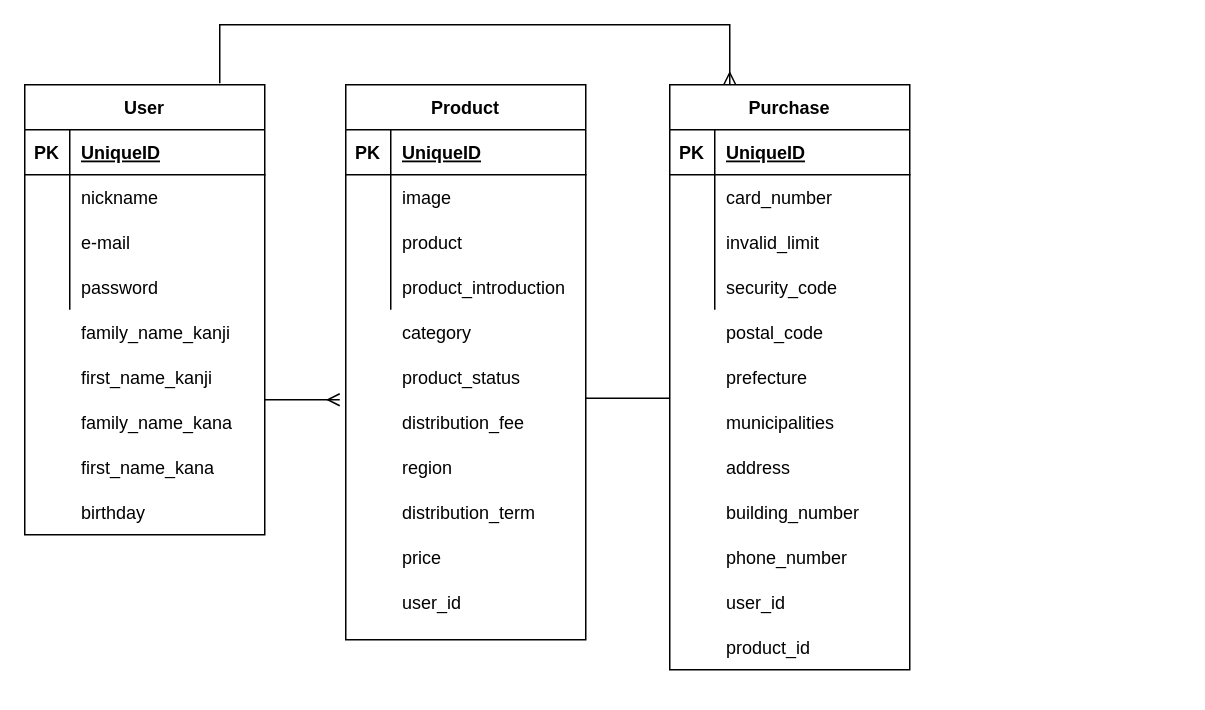
The draw.io diagram furima.dio in kammy0603/furima-30941, before the edit. Source tidied: cells renumbered, new cells numbered last; positions are measured from the earlier drawing's top-left corner, leaving out a move shared by most shapes. Both pictures are drawn from the tidied source at 150%, with x=0, y=0 at pixel (24, 24).
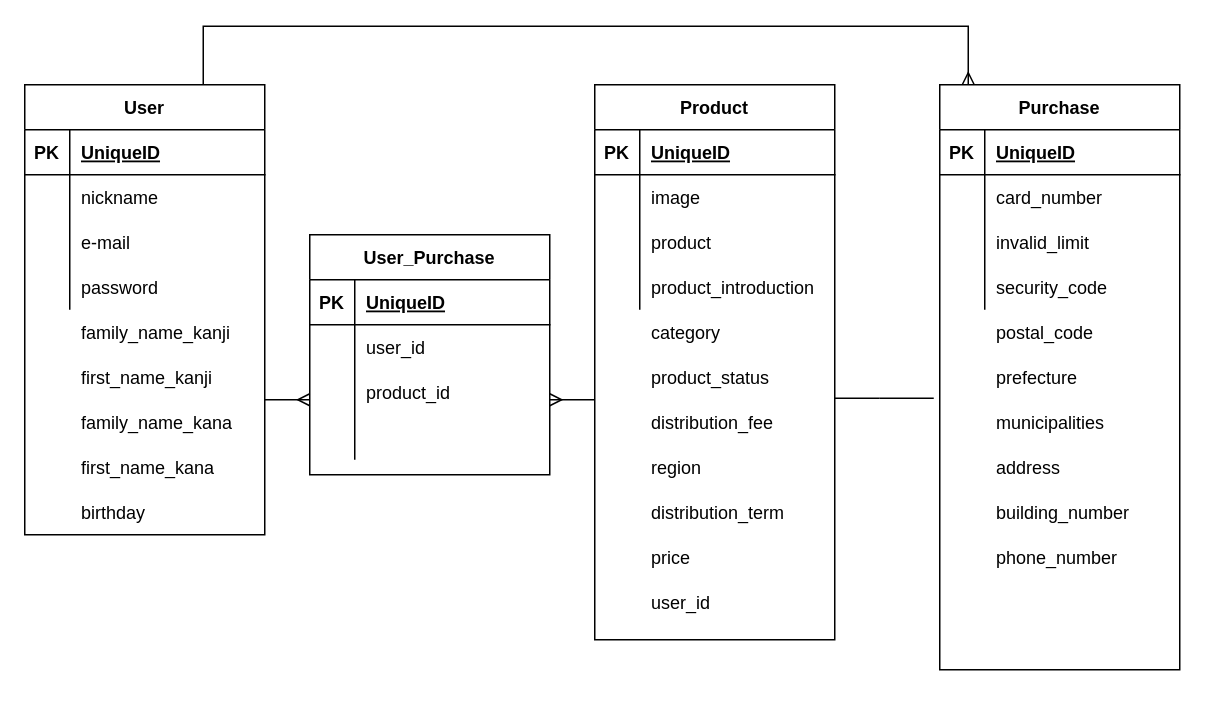
Above is the later version.

Unchanged cells that the change refers to:
```xml
<mxCell id="32" style="shape=partialRectangle;fillColor=none;top=0;left=0;bottom=0;right=0;" parent="28" vertex="1">
  <mxGeometry y="60" width="160" height="30" as="geometry" />
</mxCell>
<mxCell id="35" style="shape=partialRectangle;fillColor=none;top=0;left=0;bottom=0;right=0;" parent="28" vertex="1">
  <mxGeometry y="90" width="160" height="30" as="geometry" />
</mxCell>
<mxCell id="38" style="shape=partialRectangle;fillColor=none;top=0;left=0;bottom=0;right=0;" parent="28" vertex="1">
  <mxGeometry y="120" width="160" height="30" as="geometry" />
</mxCell>
```

Diff of the diagram source:
```diff
@@
-    <mxCell id="28" value="Product" style="shape=table;startSize=30;childLayout=tableLayout;rowLines=0;fontStyle=1;align=center;" parent="1" vertex="1">
-      <mxGeometry x="214" y="40" width="160" height="370" as="geometry" />
+    <mxCell id="28" value="User_Purchase" style="shape=table;startSize=30;childLayout=tableLayout;rowLines=0;fontStyle=1;align=center;" parent="1" vertex="1">
+      <mxGeometry x="190" y="140" width="160" height="160" as="geometry" />
     </mxCell>
@@
-    <mxCell id="34" value="image" style="shape=partialRectangle;fillColor=none;top=0;left=0;bottom=0;right=0;align=left;spacingLeft=6;overflow=hidden;" parent="32" vertex="1">
+    <mxCell id="34" value="user_id" style="shape=partialRectangle;fillColor=none;top=0;left=0;bottom=0;right=0;align=left;spacingLeft=6;overflow=hidden;" parent="32" vertex="1">
       <mxGeometry x="30" width="130" height="30" as="geometry" />
     </mxCell>
@@
-    <mxCell id="37" value="product" style="shape=partialRectangle;fillColor=none;top=0;left=0;bottom=0;right=0;align=left;spacingLeft=6;overflow=hidden;" parent="35" vertex="1">
+    <mxCell id="37" value="product_id" style="shape=partialRectangle;fillColor=none;top=0;left=0;bottom=0;right=0;align=left;spacingLeft=6;overflow=hidden;" parent="35" vertex="1">
       <mxGeometry x="30" width="130" height="30" as="geometry" />
     </mxCell>
@@
-    <mxCell id="40" value="product_introduction" style="shape=partialRectangle;fillColor=none;top=0;left=0;bottom=0;right=0;align=left;spacingLeft=6;overflow=hidden;" parent="38" vertex="1">
+    <mxCell id="40" style="shape=partialRectangle;fillColor=none;top=0;left=0;bottom=0;right=0;align=left;spacingLeft=6;overflow=hidden;" parent="38" vertex="1">
       <mxGeometry x="30" width="130" height="30" as="geometry" />
     </mxCell>
     <mxCell id="41" style="shape=partialRectangle;fillColor=none;top=0;left=0;bottom=0;right=0;" parent="1" vertex="1">
-      <mxGeometry x="214" y="190" width="160" height="30" as="geometry" />
+      <mxGeometry x="380" y="190" width="160" height="30" as="geometry" />
     </mxCell>
@@
     <mxCell id="44" value="product_status" style="shape=partialRectangle;fillColor=none;top=0;left=0;bottom=0;right=0;align=left;spacingLeft=6;overflow=hidden;" parent="1" vertex="1">
-      <mxGeometry x="244" y="220" width="130" height="30" as="geometry" />
+      <mxGeometry x="410" y="220" width="130" height="30" as="geometry" />
     </mxCell>
     <mxCell id="45" value="distribution_fee" style="shape=partialRectangle;fillColor=none;top=0;left=0;bottom=0;right=0;align=left;spacingLeft=6;overflow=hidden;" parent="1" vertex="1">
-      <mxGeometry x="244" y="250" width="130" height="30" as="geometry" />
+      <mxGeometry x="410" y="250" width="130" height="30" as="geometry" />
     </mxCell>
     <mxCell id="46" value="region" style="shape=partialRectangle;fillColor=none;top=0;left=0;bottom=0;right=0;align=left;spacingLeft=6;overflow=hidden;" parent="1" vertex="1">
-      <mxGeometry x="244" y="280" width="130" height="30" as="geometry" />
+      <mxGeometry x="410" y="280" width="130" height="30" as="geometry" />
     </mxCell>
     <mxCell id="47" value="distribution_term" style="shape=partialRectangle;fillColor=none;top=0;left=0;bottom=0;right=0;align=left;spacingLeft=6;overflow=hidden;" parent="1" vertex="1">
-      <mxGeometry x="244" y="300" width="130" height="50" as="geometry" />
+      <mxGeometry x="410" y="300" width="130" height="50" as="geometry" />
     </mxCell>
     <mxCell id="48" value="price" style="shape=partialRectangle;fillColor=none;top=0;left=0;bottom=0;right=0;align=left;spacingLeft=6;overflow=hidden;" parent="1" vertex="1">
-      <mxGeometry x="244" y="330" width="130" height="50" as="geometry" />
+      <mxGeometry x="410" y="330" width="130" height="50" as="geometry" />
     </mxCell>
     <mxCell id="49" value="Purchase" style="shape=table;startSize=30;childLayout=tableLayout;rowLines=0;fontStyle=1;align=center;" parent="1" vertex="1">
-      <mxGeometry x="430" y="40" width="160" height="390" as="geometry" />
+      <mxGeometry x="610" y="40" width="160" height="390" as="geometry" />
     </mxCell>
@@
     <mxCell id="62" style="shape=partialRectangle;fillColor=none;top=0;left=0;bottom=0;right=0;" parent="1" vertex="1">
-      <mxGeometry x="430" y="190" width="160" height="30" as="geometry" />
+      <mxGeometry x="610" y="190" width="160" height="30" as="geometry" />
     </mxCell>
@@
     <mxCell id="65" style="shape=partialRectangle;fillColor=none;top=0;left=0;bottom=0;right=0;" parent="1" vertex="1">
-      <mxGeometry x="430" y="220" width="160" height="30" as="geometry" />
+      <mxGeometry x="610" y="220" width="160" height="30" as="geometry" />
     </mxCell>
@@
     <mxCell id="68" style="shape=partialRectangle;fillColor=none;top=0;left=0;bottom=0;right=0;" parent="1" vertex="1">
-      <mxGeometry x="430" y="250" width="160" height="30" as="geometry" />
+      <mxGeometry x="610" y="250" width="160" height="30" as="geometry" />
     </mxCell>
@@
     <mxCell id="71" style="shape=partialRectangle;fillColor=none;top=0;left=0;bottom=0;right=0;" parent="1" vertex="1">
-      <mxGeometry x="430" y="280" width="160" height="30" as="geometry" />
+      <mxGeometry x="610" y="280" width="160" height="30" as="geometry" />
     </mxCell>
@@
     <mxCell id="74" style="shape=partialRectangle;fillColor=none;top=0;left=0;bottom=0;right=0;" parent="1" vertex="1">
-      <mxGeometry x="430" y="310" width="160" height="30" as="geometry" />
+      <mxGeometry x="610" y="310" width="160" height="30" as="geometry" />
     </mxCell>
@@
     <mxCell id="77" value="phone_number" style="shape=partialRectangle;fillColor=none;top=0;left=0;bottom=0;right=0;align=left;spacingLeft=6;overflow=hidden;" parent="1" vertex="1">
-      <mxGeometry x="460" y="340" width="130" height="30" as="geometry" />
+      <mxGeometry x="640" y="340" width="130" height="30" as="geometry" />
     </mxCell>
     <mxCell id="78" style="endArrow=ERmany;html=1;rounded=0;endFill=0;" parent="1" edge="1">
       <mxGeometry relative="1" as="geometry">
         <mxPoint x="160" y="250" as="sourcePoint" />
-        <mxPoint x="210" y="250" as="targetPoint" />
+        <mxPoint x="190" y="250" as="targetPoint" />
         <Array as="points">
           <mxPoint x="160" y="250" />
         </Array>
       </mxGeometry>
     </mxCell>
     <mxCell id="79" style="line;strokeWidth=1;dashed=0;labelPosition=right;align=left;verticalAlign=middle;spacingTop=0;spacingLeft=6;" parent="1" vertex="1">
-      <mxGeometry x="374" y="244" width="56" height="10" as="geometry" />
+      <mxGeometry x="540" y="244" width="30" height="10" as="geometry" />
     </mxCell>
-    <mxCell id="80" style="endArrow=ERmany;html=1;rounded=0;endFill=0;entryX=0.25;entryY=0;entryDx=0;entryDy=0;" parent="1" edge="1" target="49">
+    <mxCell id="80" style="endArrow=ERmany;html=1;rounded=0;endFill=0;" parent="1" edge="1">
       <mxGeometry relative="1" as="geometry">
-        <mxPoint x="130" y="39" as="sourcePoint" />
+        <mxPoint x="119" y="40" as="sourcePoint" />
+        <mxPoint x="629" y="40" as="targetPoint" />
         <Array as="points">
-          <mxPoint x="130" y="39" />
-          <mxPoint x="130" />
-          <mxPoint x="470" />
+          <mxPoint x="119" y="40" />
+          <mxPoint x="119" y="1" />
+          <mxPoint x="389" y="1" />
+          <mxPoint x="629" y="1" />
         </Array>
       </mxGeometry>
     </mxCell>
     <mxCell id="81" value="user_id" style="shape=partialRectangle;fillColor=none;top=0;left=0;bottom=0;right=0;align=left;spacingLeft=6;overflow=hidden;" parent="1" vertex="1">
-      <mxGeometry x="244" y="360" width="130" height="50" as="geometry" />
+      <mxGeometry x="410" y="360" width="130" height="50" as="geometry" />
     </mxCell>
-    <mxCell id="82" value="user_id" style="shape=partialRectangle;fillColor=none;top=0;left=0;bottom=0;right=0;align=left;spacingLeft=6;overflow=hidden;" parent="1" vertex="1">
-      <mxGeometry x="460" y="360" width="130" height="50" as="geometry" />
-    </mxCell>
-    <mxCell id="83" value="product_id" style="shape=partialRectangle;fillColor=none;top=0;left=0;bottom=0;right=0;align=left;spacingLeft=6;overflow=hidden;" parent="1" vertex="1">
-      <mxGeometry x="460" y="390" width="130" height="50" as="geometry" />
-    </mxCell>
+    <mxCell id="84" value="Product" style="shape=table;startSize=30;childLayout=tableLayout;rowLines=0;fontStyle=1;align=center;" parent="1" vertex="1">
+      <mxGeometry x="380" y="40" width="160" height="370" as="geometry" />
+    </mxCell>
+    <mxCell id="85" style="shape=partialRectangle;fillColor=none;top=0;left=0;bottom=1;right=0;" parent="84" vertex="1">
+      <mxGeometry y="30" width="160" height="30" as="geometry" />
+    </mxCell>
+    <mxCell id="86" value="PK" style="shape=partialRectangle;fillColor=none;top=0;left=0;bottom=0;right=0;fontStyle=1;overflow=hidden;" parent="85" vertex="1">
+      <mxGeometry width="30" height="30" as="geometry" />
+    </mxCell>
+    <mxCell id="87" value="UniqueID" style="shape=partialRectangle;fillColor=none;top=0;left=0;bottom=0;right=0;align=left;spacingLeft=6;fontStyle=5;overflow=hidden;" parent="85" vertex="1">
+      <mxGeometry x="30" width="130" height="30" as="geometry" />
+    </mxCell>
+    <mxCell id="88" style="shape=partialRectangle;fillColor=none;top=0;left=0;bottom=0;right=0;" parent="84" vertex="1">
+      <mxGeometry y="60" width="160" height="30" as="geometry" />
+    </mxCell>
+    <mxCell id="89" style="shape=partialRectangle;fillColor=none;top=0;left=0;bottom=0;right=0;overflow=hidden;" parent="88" vertex="1">
+      <mxGeometry width="30" height="30" as="geometry" />
+    </mxCell>
+    <mxCell id="90" value="image" style="shape=partialRectangle;fillColor=none;top=0;left=0;bottom=0;right=0;align=left;spacingLeft=6;overflow=hidden;" parent="88" vertex="1">
+      <mxGeometry x="30" width="130" height="30" as="geometry" />
+    </mxCell>
+    <mxCell id="91" style="shape=partialRectangle;fillColor=none;top=0;left=0;bottom=0;right=0;" parent="84" vertex="1">
+      <mxGeometry y="90" width="160" height="30" as="geometry" />
+    </mxCell>
+    <mxCell id="92" style="shape=partialRectangle;fillColor=none;top=0;left=0;bottom=0;right=0;overflow=hidden;" parent="91" vertex="1">
+      <mxGeometry width="30" height="30" as="geometry" />
+    </mxCell>
+    <mxCell id="93" value="product" style="shape=partialRectangle;fillColor=none;top=0;left=0;bottom=0;right=0;align=left;spacingLeft=6;overflow=hidden;" parent="91" vertex="1">
+      <mxGeometry x="30" width="130" height="30" as="geometry" />
+    </mxCell>
+    <mxCell id="94" style="shape=partialRectangle;fillColor=none;top=0;left=0;bottom=0;right=0;" parent="84" vertex="1">
+      <mxGeometry y="120" width="160" height="30" as="geometry" />
+    </mxCell>
+    <mxCell id="95" style="shape=partialRectangle;fillColor=none;top=0;left=0;bottom=0;right=0;overflow=hidden;" parent="94" vertex="1">
+      <mxGeometry width="30" height="30" as="geometry" />
+    </mxCell>
+    <mxCell id="96" value="product_introduction" style="shape=partialRectangle;fillColor=none;top=0;left=0;bottom=0;right=0;align=left;spacingLeft=6;overflow=hidden;" parent="94" vertex="1">
+      <mxGeometry x="30" width="130" height="30" as="geometry" />
+    </mxCell>
+    <mxCell id="97" style="line;strokeWidth=1;dashed=0;labelPosition=right;align=left;verticalAlign=middle;spacingTop=0;spacingLeft=6;" parent="1" vertex="1">
+      <mxGeometry x="570" y="244" width="36" height="10" as="geometry" />
+    </mxCell>
+    <mxCell id="98" style="endArrow=ERmany;html=1;rounded=0;endFill=0;" parent="1" edge="1">
+      <mxGeometry relative="1" as="geometry">
+        <mxPoint x="350" y="250" as="sourcePoint" />
+        <mxPoint x="350" y="250" as="targetPoint" />
+        <Array as="points">
+          <mxPoint x="380" y="250" />
+        </Array>
+      </mxGeometry>
+    </mxCell>
```
